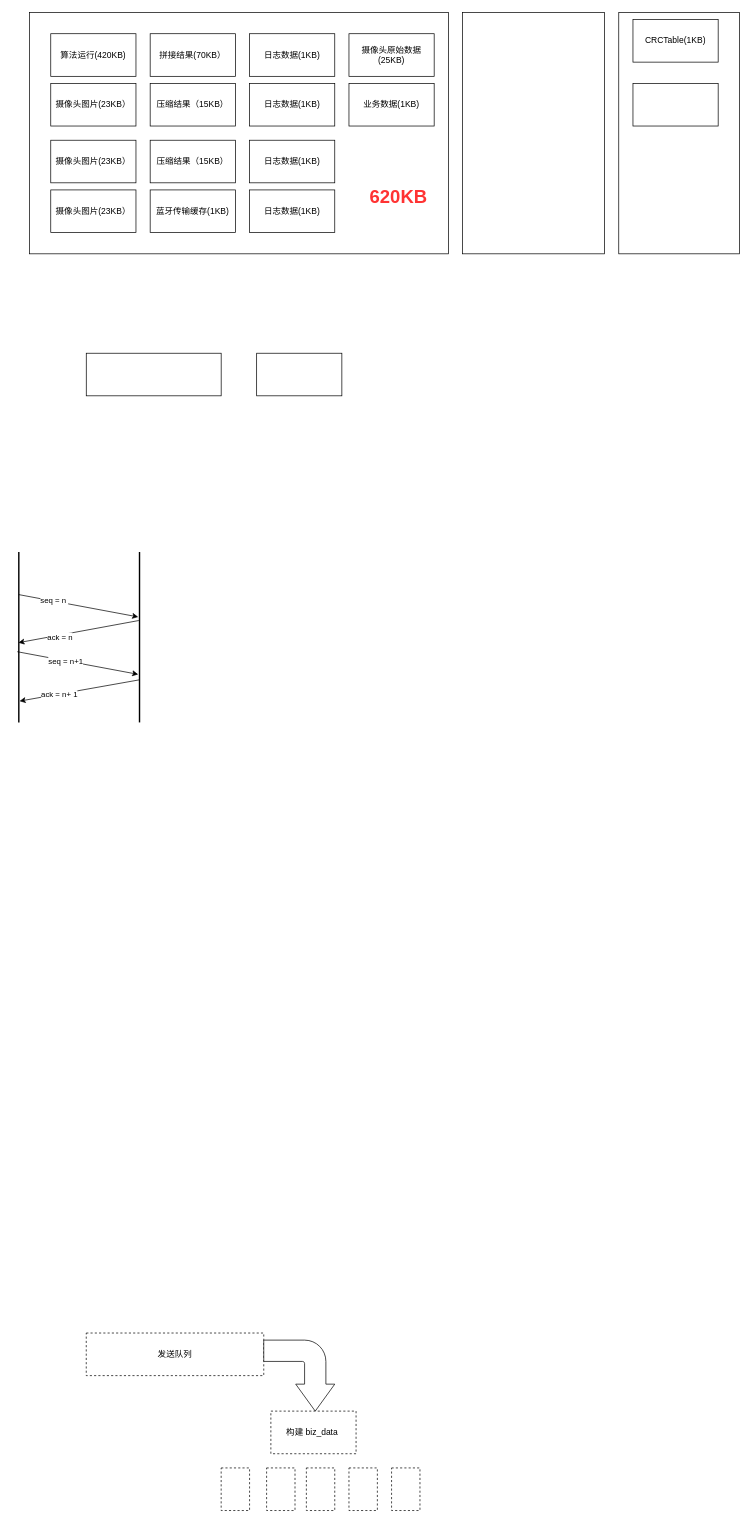
Earlier version of the draw.io diagram page "Page-1" (1 of 11) of elink.drawio (chenxuzy/ThreadPool). Source tidied: cells renumbered, new cells numbered last; positions are measured from the earlier drawing's top-left corner, leaving out a move shared by most shapes. Both pictures are drawn from the tidied source at 71%, with x=0, y=0 at pixel (15, 12).
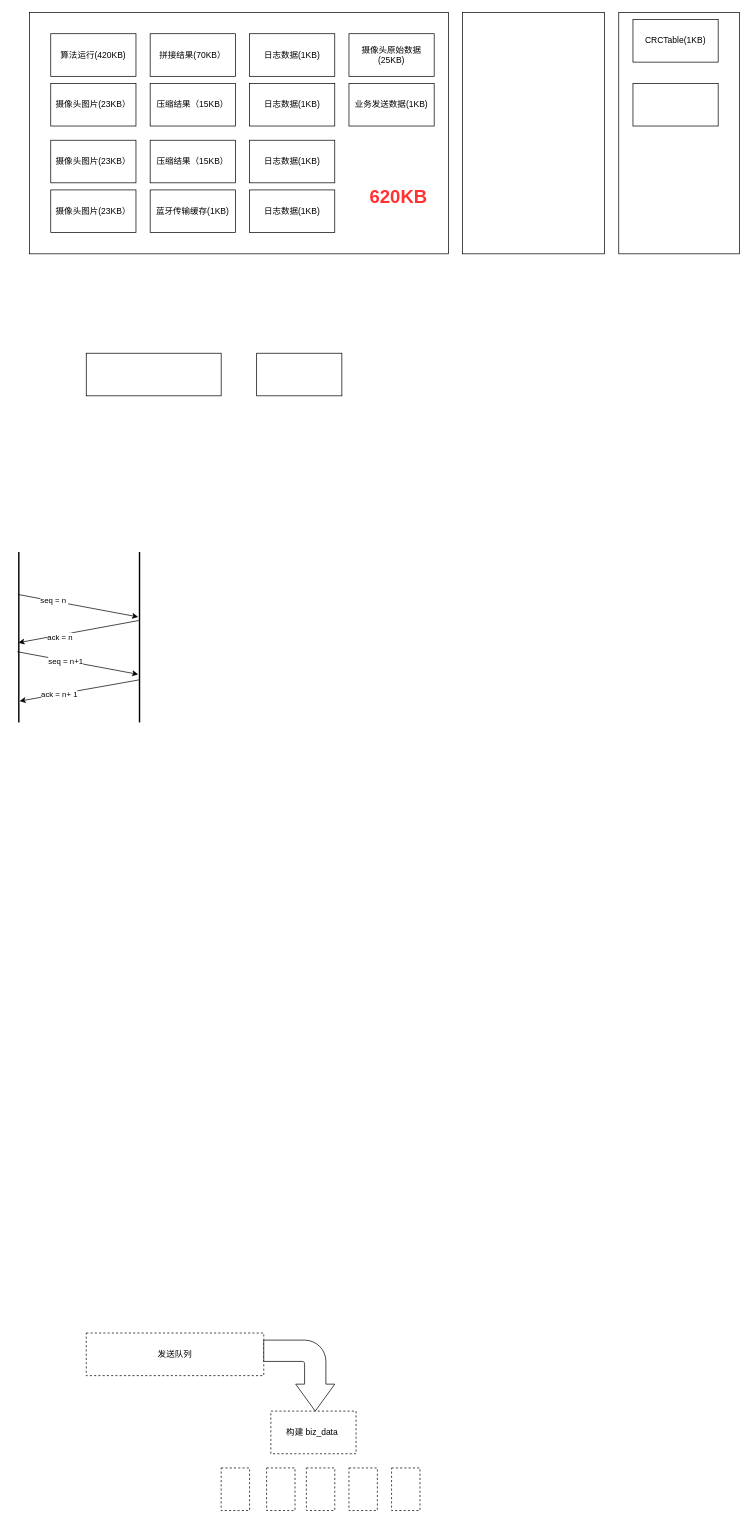
Above is the later version.

Diff of the diagram source:
```diff
@@
-    <mxCell id="41" value="业务数据(1KB)" style="rounded=0;whiteSpace=wrap;html=1;" parent="1" vertex="1">
+    <mxCell id="41" value="业务发送数据(1KB)" style="rounded=0;whiteSpace=wrap;html=1;" parent="1" vertex="1">
       <mxGeometry x="470" y="100" width="120" height="60" as="geometry" />
     </mxCell>
```
